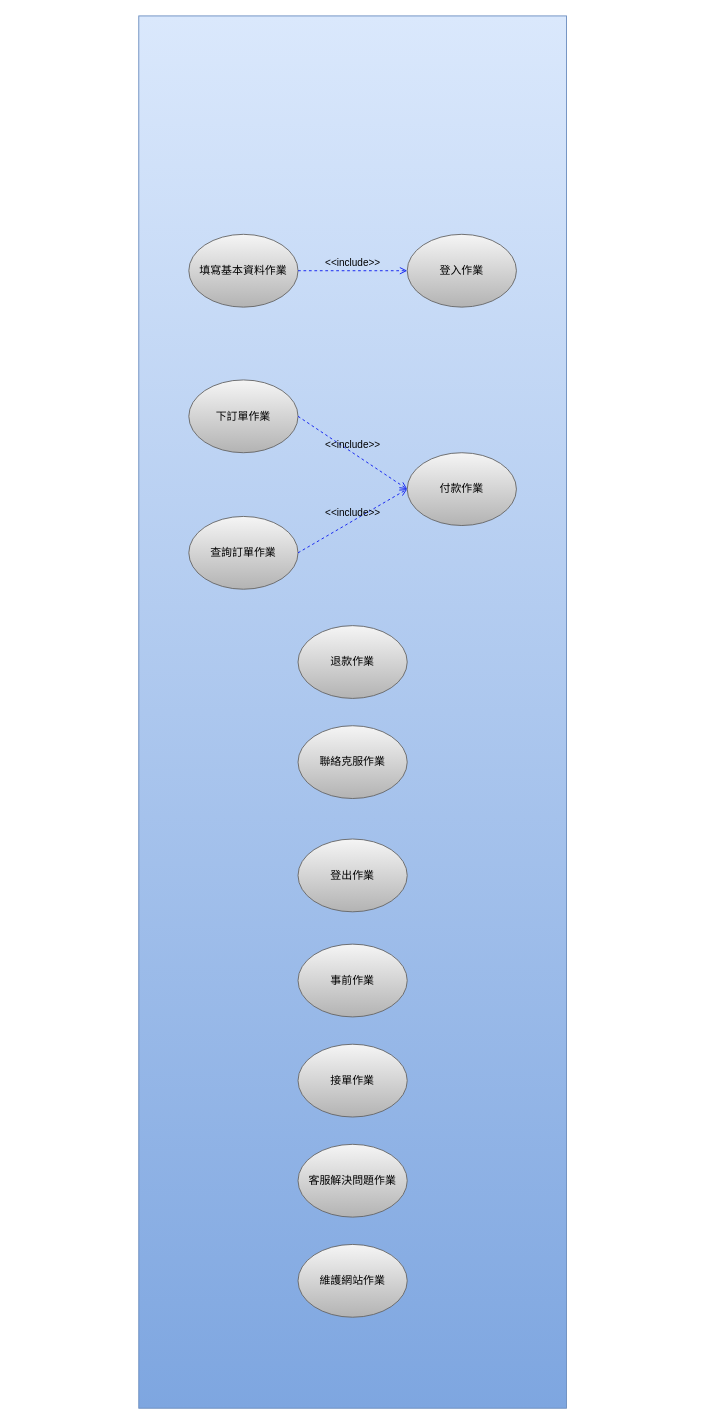
today16/last keeps this draw.io diagram as Use_case_diagram.drawio. Above is the earlier version. Source tidied: cells renumbered, new cells numbered last; positions are measured from the earlier drawing's top-left corner, leaving out a move shared by most shapes. Both pictures are drawn from the tidied source at 91%, with x=0, y=0 at pixel (138, 15).
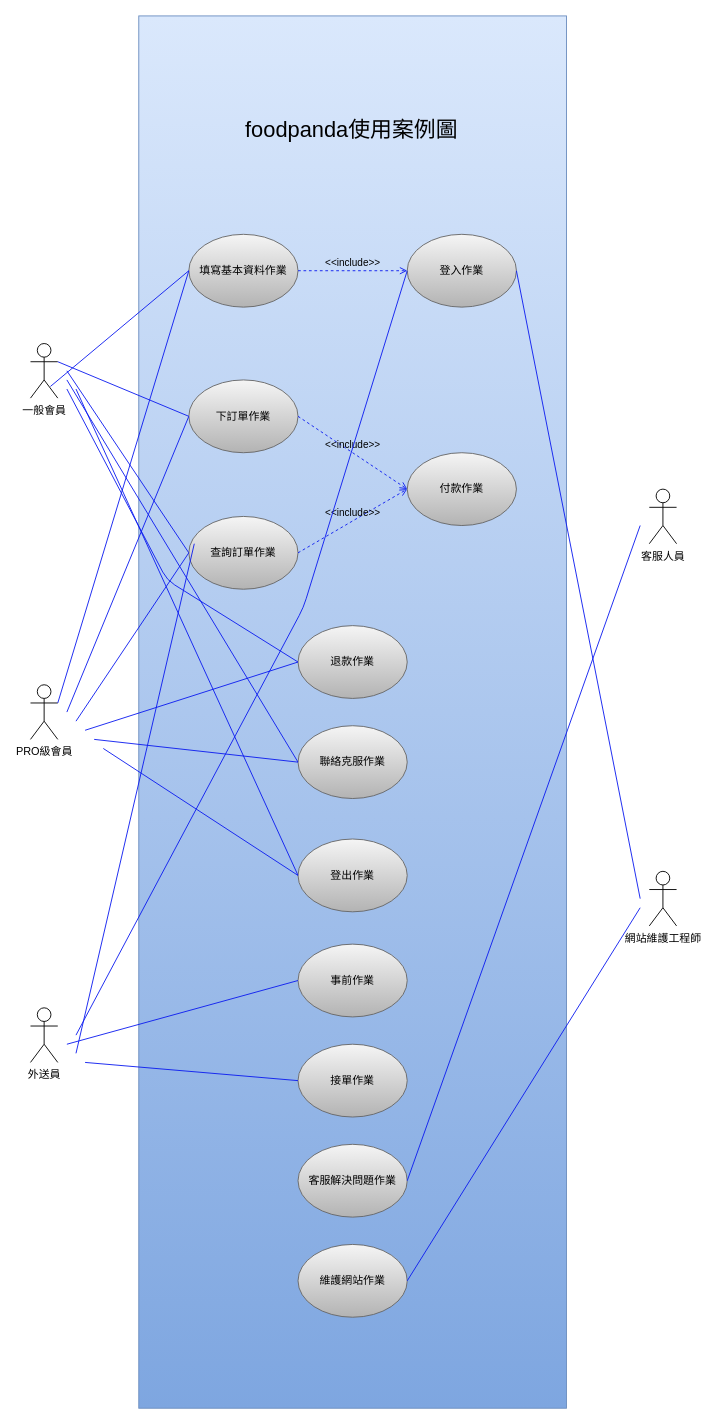
After the change.

Unchanged cells that the change refers to:
```xml
<mxCell id="3" value="&lt;font color=&quot;#000000&quot;&gt;登入作業&lt;/font&gt;" style="ellipse;whiteSpace=wrap;html=1;fillColor=#f5f5f5;strokeColor=#666666;gradientColor=#b3b3b3;" parent="1" vertex="1">
  <mxGeometry x="295" y="240" width="120" height="80" as="geometry" />
</mxCell>
<mxCell id="4" value="&lt;font color=&quot;#000000&quot;&gt;填寫基本資料作業&lt;/font&gt;" style="ellipse;whiteSpace=wrap;html=1;fillColor=#f5f5f5;strokeColor=#666666;gradientColor=#b3b3b3;" parent="1" vertex="1">
  <mxGeometry x="55" y="240" width="120" height="80" as="geometry" />
</mxCell>
<mxCell id="5" value="&lt;font color=&quot;#000000&quot;&gt;下訂單作業&lt;/font&gt;" style="ellipse;whiteSpace=wrap;html=1;fillColor=#f5f5f5;strokeColor=#666666;gradientColor=#b3b3b3;" parent="1" vertex="1">
  <mxGeometry x="55" y="400" width="120" height="80" as="geometry" />
</mxCell>
<mxCell id="6" value="&lt;font color=&quot;#000000&quot;&gt;查詢訂單作業&lt;/font&gt;" style="ellipse;whiteSpace=wrap;html=1;fillColor=#f5f5f5;strokeColor=#666666;gradientColor=#b3b3b3;" parent="1" vertex="1">
  <mxGeometry x="55" y="550" width="120" height="80" as="geometry" />
</mxCell>
<mxCell id="8" value="&lt;font color=&quot;#000000&quot;&gt;退款作業&lt;/font&gt;" style="ellipse;whiteSpace=wrap;html=1;fillColor=#f5f5f5;strokeColor=#666666;gradientColor=#b3b3b3;" parent="1" vertex="1">
  <mxGeometry x="175" y="670" width="120" height="80" as="geometry" />
</mxCell>
<mxCell id="9" value="&lt;font color=&quot;#000000&quot;&gt;聯絡克服作業&lt;/font&gt;" style="ellipse;whiteSpace=wrap;html=1;fillColor=#f5f5f5;strokeColor=#666666;gradientColor=#b3b3b3;" parent="1" vertex="1">
  <mxGeometry x="175" y="780" width="120" height="80" as="geometry" />
</mxCell>
<mxCell id="10" value="&lt;font color=&quot;#000000&quot;&gt;登出作業&lt;/font&gt;" style="ellipse;whiteSpace=wrap;html=1;fillColor=#f5f5f5;strokeColor=#666666;gradientColor=#b3b3b3;" parent="1" vertex="1">
  <mxGeometry x="175" y="904.5" width="120" height="80" as="geometry" />
</mxCell>
<mxCell id="11" value="&lt;font color=&quot;#000000&quot;&gt;事前作業&lt;/font&gt;" style="ellipse;whiteSpace=wrap;html=1;fillColor=#f5f5f5;strokeColor=#666666;gradientColor=#b3b3b3;" parent="1" vertex="1">
  <mxGeometry x="175" y="1020" width="120" height="80" as="geometry" />
</mxCell>
<mxCell id="12" value="&lt;font color=&quot;#000000&quot;&gt;接單作業&lt;/font&gt;" style="ellipse;whiteSpace=wrap;html=1;fillColor=#f5f5f5;strokeColor=#666666;gradientColor=#b3b3b3;" parent="1" vertex="1">
  <mxGeometry x="175" y="1130" width="120" height="80" as="geometry" />
</mxCell>
<mxCell id="13" value="&lt;font color=&quot;#000000&quot;&gt;客服解決問題作業&lt;/font&gt;" style="ellipse;whiteSpace=wrap;html=1;fillColor=#f5f5f5;strokeColor=#666666;gradientColor=#b3b3b3;" parent="1" vertex="1">
  <mxGeometry x="175" y="1240" width="120" height="80" as="geometry" />
</mxCell>
<mxCell id="14" value="&lt;font color=&quot;#000000&quot;&gt;維護網站作業&lt;/font&gt;" style="ellipse;whiteSpace=wrap;html=1;fillColor=#f5f5f5;strokeColor=#666666;gradientColor=#b3b3b3;" parent="1" vertex="1">
  <mxGeometry x="175" y="1350" width="120" height="80" as="geometry" />
</mxCell>
```

Diff of the diagram source:
```diff
@@
+    <mxCell id="18" value="一般會員" style="shape=umlActor;verticalLabelPosition=bottom;verticalAlign=top;html=1;fontColor=#000000;" parent="1" vertex="1">
+      <mxGeometry x="-119" y="360" width="30" height="60" as="geometry" />
+    </mxCell>
+    <mxCell id="19" value="&lt;font style=&quot;font-size: 24px&quot;&gt;foodpanda使用案例圖&lt;/font&gt;" style="text;html=1;strokeColor=none;fillColor=none;align=center;verticalAlign=middle;whiteSpace=wrap;rounded=0;fontColor=#000000;" parent="1" vertex="1">
+      <mxGeometry x="107" y="110" width="254" height="30" as="geometry" />
+    </mxCell>
+    <mxCell id="20" value="PRO級會員" style="shape=umlActor;verticalLabelPosition=bottom;verticalAlign=top;html=1;fontColor=#000000;" parent="1" vertex="1">
+      <mxGeometry x="-119" y="735" width="30" height="60" as="geometry" />
+    </mxCell>
+    <mxCell id="21" value="外送員" style="shape=umlActor;verticalLabelPosition=bottom;verticalAlign=top;html=1;fontColor=#000000;" parent="1" vertex="1">
+      <mxGeometry x="-119" y="1090" width="30" height="60" as="geometry" />
+    </mxCell>
+    <mxCell id="22" value="客服人員" style="shape=umlActor;verticalLabelPosition=bottom;verticalAlign=top;html=1;fontColor=#000000;" parent="1" vertex="1">
+      <mxGeometry x="561" y="520" width="30" height="60" as="geometry" />
+    </mxCell>
+    <mxCell id="23" value="網站維護工程師" style="shape=umlActor;verticalLabelPosition=bottom;verticalAlign=top;html=1;fontColor=#000000;" parent="1" vertex="1">
+      <mxGeometry x="561" y="940" width="30" height="60" as="geometry" />
+    </mxCell>
+    <mxCell id="24" style="endArrow=none;html=1;fontSize=24;fontColor=#000000;strokeColor=#0C1BF0;exitX=0.731;exitY=0.786;exitDx=0;exitDy=0;exitPerimeter=0;entryX=0;entryY=0.5;entryDx=0;entryDy=0;" parent="1" edge="1" source="18" target="4">
+      <mxGeometry relative="1" as="geometry" />
+    </mxCell>
+    <mxCell id="25" style="endArrow=none;html=1;fontSize=24;fontColor=#000000;strokeColor=#0C1BF0;exitX=1;exitY=0.3333333333333333;exitDx=0;exitDy=0;exitPerimeter=0;entryX=0;entryY=0.5;entryDx=0;entryDy=0;" parent="1" edge="1" source="18" target="5">
+      <mxGeometry relative="1" as="geometry" />
+    </mxCell>
+    <mxCell id="26" style="endArrow=none;html=1;fontSize=24;fontColor=#000000;strokeColor=#0C1BF0;exitX=1;exitY=0.3333333333333333;exitDx=0;exitDy=0;exitPerimeter=0;entryX=0;entryY=0.5;entryDx=0;entryDy=0;" parent="1" edge="1" target="6">
+      <mxGeometry relative="1" as="geometry">
+        <mxPoint x="-79" y="390" as="sourcePoint" />
+      </mxGeometry>
+    </mxCell>
+    <mxCell id="27" style="endArrow=none;html=1;fontSize=24;fontColor=#000000;strokeColor=#0C1BF0;entryX=0;entryY=0.5;entryDx=0;entryDy=0;" parent="1" edge="1" target="8">
+      <mxGeometry relative="1" as="geometry">
+        <mxPoint x="-79" y="410" as="sourcePoint" />
+        <Array as="points">
+          <mxPoint x="31" y="620" />
+        </Array>
+      </mxGeometry>
+    </mxCell>
+    <mxCell id="28" style="endArrow=none;html=1;fontSize=24;fontColor=#000000;strokeColor=#0C1BF0;entryX=0;entryY=0.5;entryDx=0;entryDy=0;" parent="1" edge="1" target="9">
+      <mxGeometry relative="1" as="geometry">
+        <mxPoint x="-79" y="400" as="sourcePoint" />
+      </mxGeometry>
+    </mxCell>
+    <mxCell id="29" style="endArrow=none;html=1;fontSize=24;fontColor=#000000;strokeColor=#0C1BF0;entryX=0;entryY=0.5;entryDx=0;entryDy=0;" parent="1" edge="1" target="10">
+      <mxGeometry relative="1" as="geometry">
+        <mxPoint x="-69" y="410" as="sourcePoint" />
+      </mxGeometry>
+    </mxCell>
+    <mxCell id="30" style="endArrow=none;html=1;fontSize=24;fontColor=#000000;strokeColor=#0C1BF0;exitX=1;exitY=0.3333333333333333;exitDx=0;exitDy=0;exitPerimeter=0;entryX=0;entryY=0.5;entryDx=0;entryDy=0;" parent="1" edge="1" source="20" target="4">
+      <mxGeometry relative="1" as="geometry" />
+    </mxCell>
+    <mxCell id="31" style="endArrow=none;html=1;fontSize=24;fontColor=#000000;strokeColor=#0C1BF0;exitX=1;exitY=0.3333333333333333;exitDx=0;exitDy=0;exitPerimeter=0;entryX=0;entryY=0.5;entryDx=0;entryDy=0;" parent="1" edge="1" target="5">
+      <mxGeometry relative="1" as="geometry">
+        <mxPoint x="-79" y="765" as="sourcePoint" />
+      </mxGeometry>
+    </mxCell>
+    <mxCell id="32" style="endArrow=none;html=1;fontSize=24;fontColor=#000000;strokeColor=#0C1BF0;exitX=1;exitY=0.3333333333333333;exitDx=0;exitDy=0;exitPerimeter=0;entryX=0;entryY=0.5;entryDx=0;entryDy=0;" parent="1" edge="1" target="6">
+      <mxGeometry relative="1" as="geometry">
+        <mxPoint x="-69" y="775" as="sourcePoint" />
+      </mxGeometry>
+    </mxCell>
+    <mxCell id="33" style="endArrow=none;html=1;fontSize=24;fontColor=#000000;strokeColor=#0C1BF0;exitX=1;exitY=0.3333333333333333;exitDx=0;exitDy=0;exitPerimeter=0;entryX=0;entryY=0.5;entryDx=0;entryDy=0;" parent="1" edge="1" target="8">
+      <mxGeometry relative="1" as="geometry">
+        <mxPoint x="-59" y="785" as="sourcePoint" />
+      </mxGeometry>
+    </mxCell>
+    <mxCell id="34" style="endArrow=none;html=1;fontSize=24;fontColor=#000000;strokeColor=#0C1BF0;exitX=1;exitY=0.3333333333333333;exitDx=0;exitDy=0;exitPerimeter=0;entryX=0;entryY=0.5;entryDx=0;entryDy=0;" parent="1" edge="1" target="9">
+      <mxGeometry relative="1" as="geometry">
+        <mxPoint x="-49" y="795" as="sourcePoint" />
+      </mxGeometry>
+    </mxCell>
+    <mxCell id="35" style="endArrow=none;html=1;fontSize=24;fontColor=#000000;strokeColor=#0C1BF0;exitX=1;exitY=0.3333333333333333;exitDx=0;exitDy=0;exitPerimeter=0;entryX=0;entryY=0.5;entryDx=0;entryDy=0;" parent="1" edge="1" target="10">
+      <mxGeometry relative="1" as="geometry">
+        <mxPoint x="-39" y="805" as="sourcePoint" />
+      </mxGeometry>
+    </mxCell>
+    <mxCell id="36" style="endArrow=none;html=1;fontSize=24;fontColor=#000000;strokeColor=#0C1BF0;entryX=0;entryY=0.5;entryDx=0;entryDy=0;" parent="1" edge="1" target="3">
+      <mxGeometry relative="1" as="geometry">
+        <mxPoint x="-69" y="1120" as="sourcePoint" />
+        <Array as="points">
+          <mxPoint x="181" y="650" />
+        </Array>
+      </mxGeometry>
+    </mxCell>
+    <mxCell id="37" style="endArrow=none;html=1;fontSize=24;fontColor=#000000;strokeColor=#0C1BF0;entryX=0;entryY=0.5;entryDx=0;entryDy=0;" parent="1" edge="1" target="11">
+      <mxGeometry relative="1" as="geometry">
+        <mxPoint x="-79" y="1130" as="sourcePoint" />
+      </mxGeometry>
+    </mxCell>
+    <mxCell id="38" style="endArrow=none;html=1;fontSize=24;fontColor=#000000;strokeColor=#0C1BF0;" parent="1" edge="1">
+      <mxGeometry relative="1" as="geometry">
+        <mxPoint x="-69" y="1140" as="sourcePoint" />
+        <mxPoint x="61" y="580" as="targetPoint" />
+      </mxGeometry>
+    </mxCell>
+    <mxCell id="39" style="endArrow=none;html=1;fontSize=24;fontColor=#000000;strokeColor=#0C1BF0;entryX=0;entryY=0.5;entryDx=0;entryDy=0;" parent="1" edge="1" target="12">
+      <mxGeometry relative="1" as="geometry">
+        <mxPoint x="-59" y="1150" as="sourcePoint" />
+      </mxGeometry>
+    </mxCell>
+    <mxCell id="40" style="endArrow=none;html=1;fontSize=24;fontColor=#000000;strokeColor=#0C1BF0;exitX=1;exitY=0.5;exitDx=0;exitDy=0;" parent="1" edge="1" source="13">
+      <mxGeometry relative="1" as="geometry">
+        <mxPoint x="551" y="560" as="targetPoint" />
+      </mxGeometry>
+    </mxCell>
+    <mxCell id="41" style="endArrow=none;html=1;fontSize=24;fontColor=#000000;strokeColor=#0C1BF0;exitX=1;exitY=0.5;exitDx=0;exitDy=0;" parent="1" edge="1" source="3">
+      <mxGeometry relative="1" as="geometry">
+        <mxPoint x="551" y="970" as="targetPoint" />
+      </mxGeometry>
+    </mxCell>
+    <mxCell id="42" style="endArrow=none;html=1;fontSize=24;fontColor=#000000;strokeColor=#0C1BF0;exitX=1;exitY=0.5;exitDx=0;exitDy=0;" parent="1" edge="1" source="14">
+      <mxGeometry relative="1" as="geometry">
+        <mxPoint x="551" y="980" as="targetPoint" />
+      </mxGeometry>
+    </mxCell>
```
